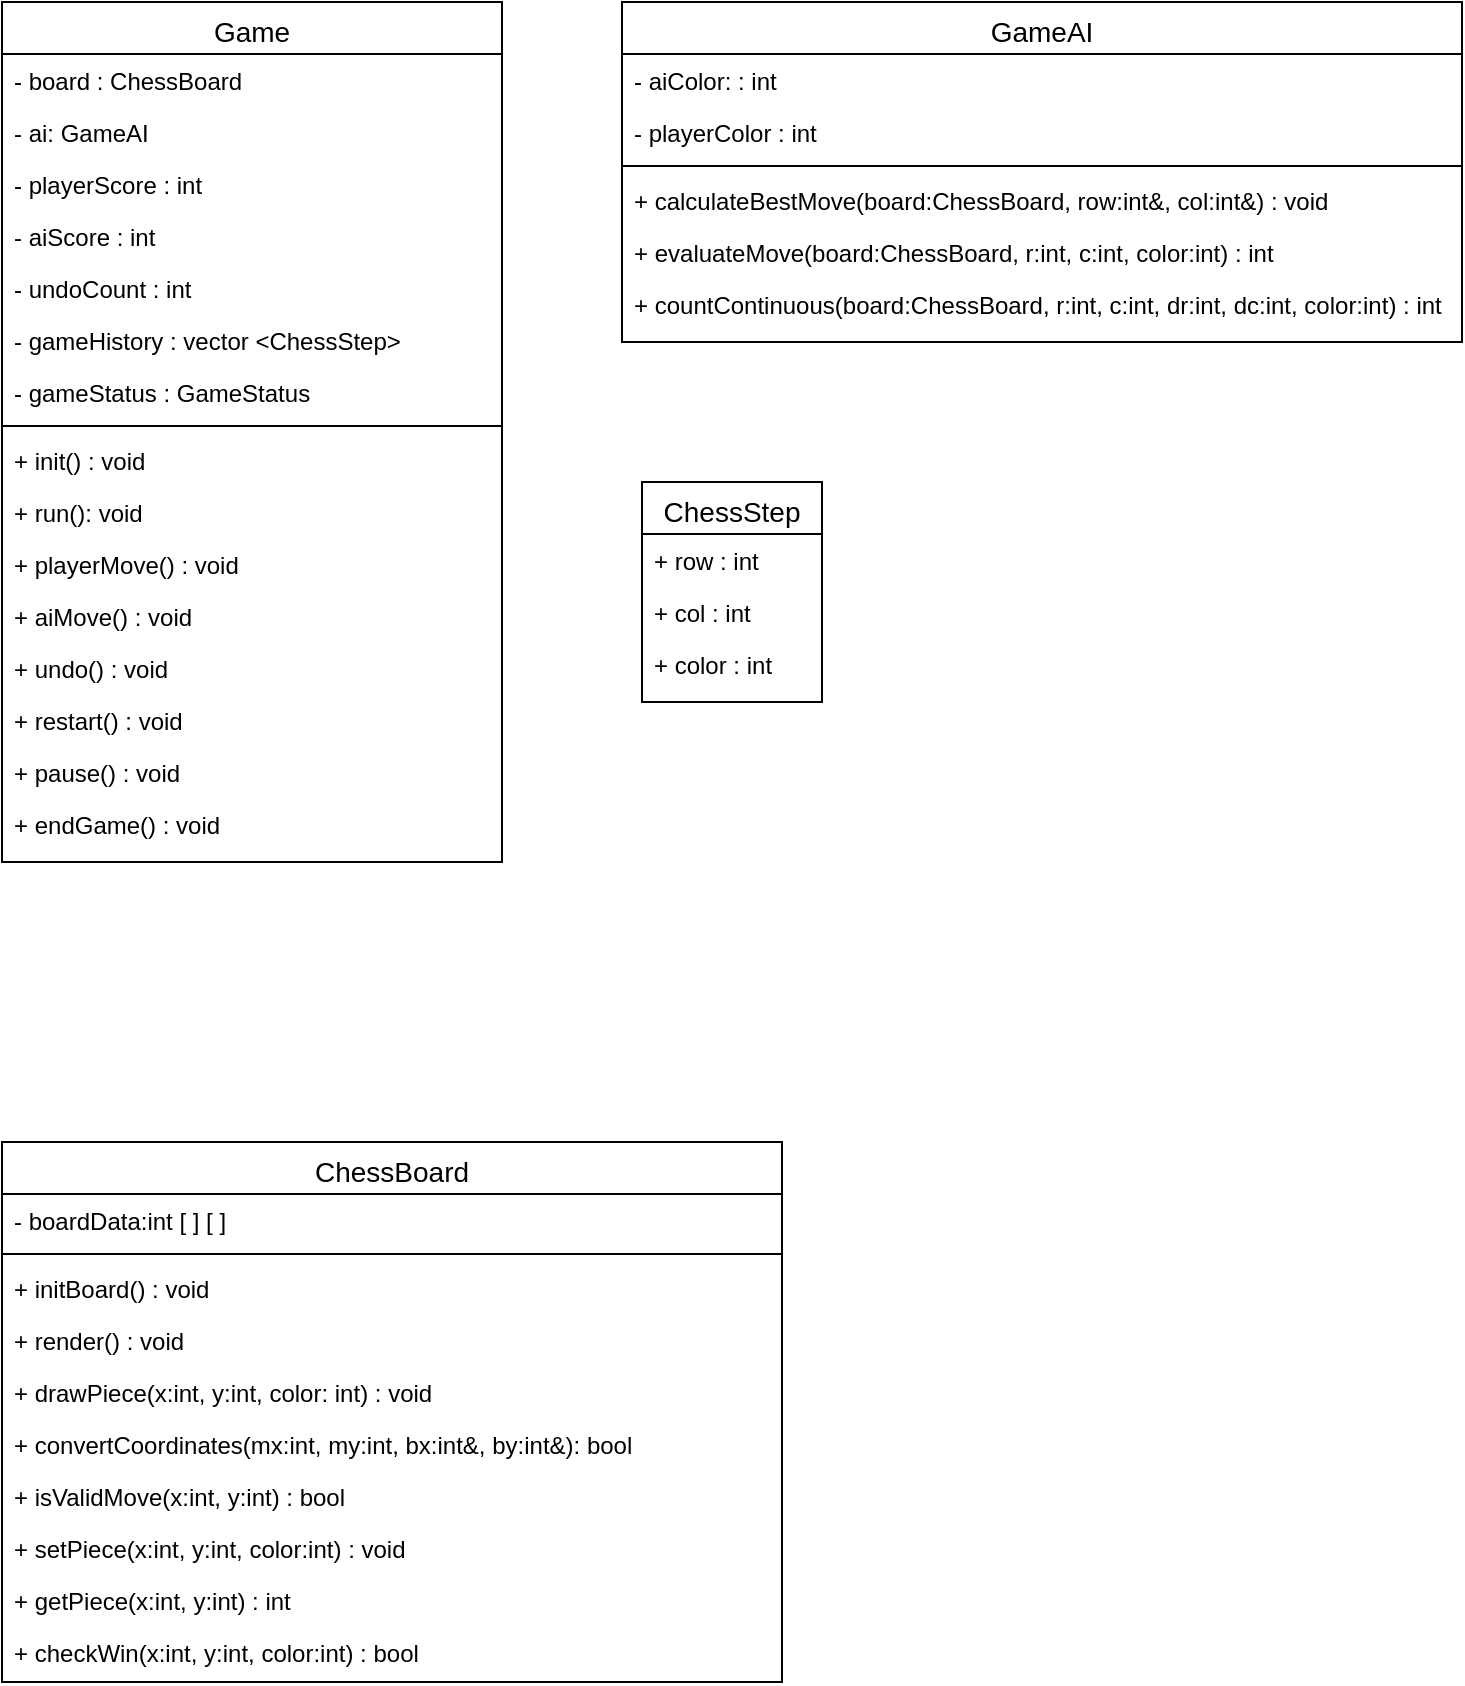
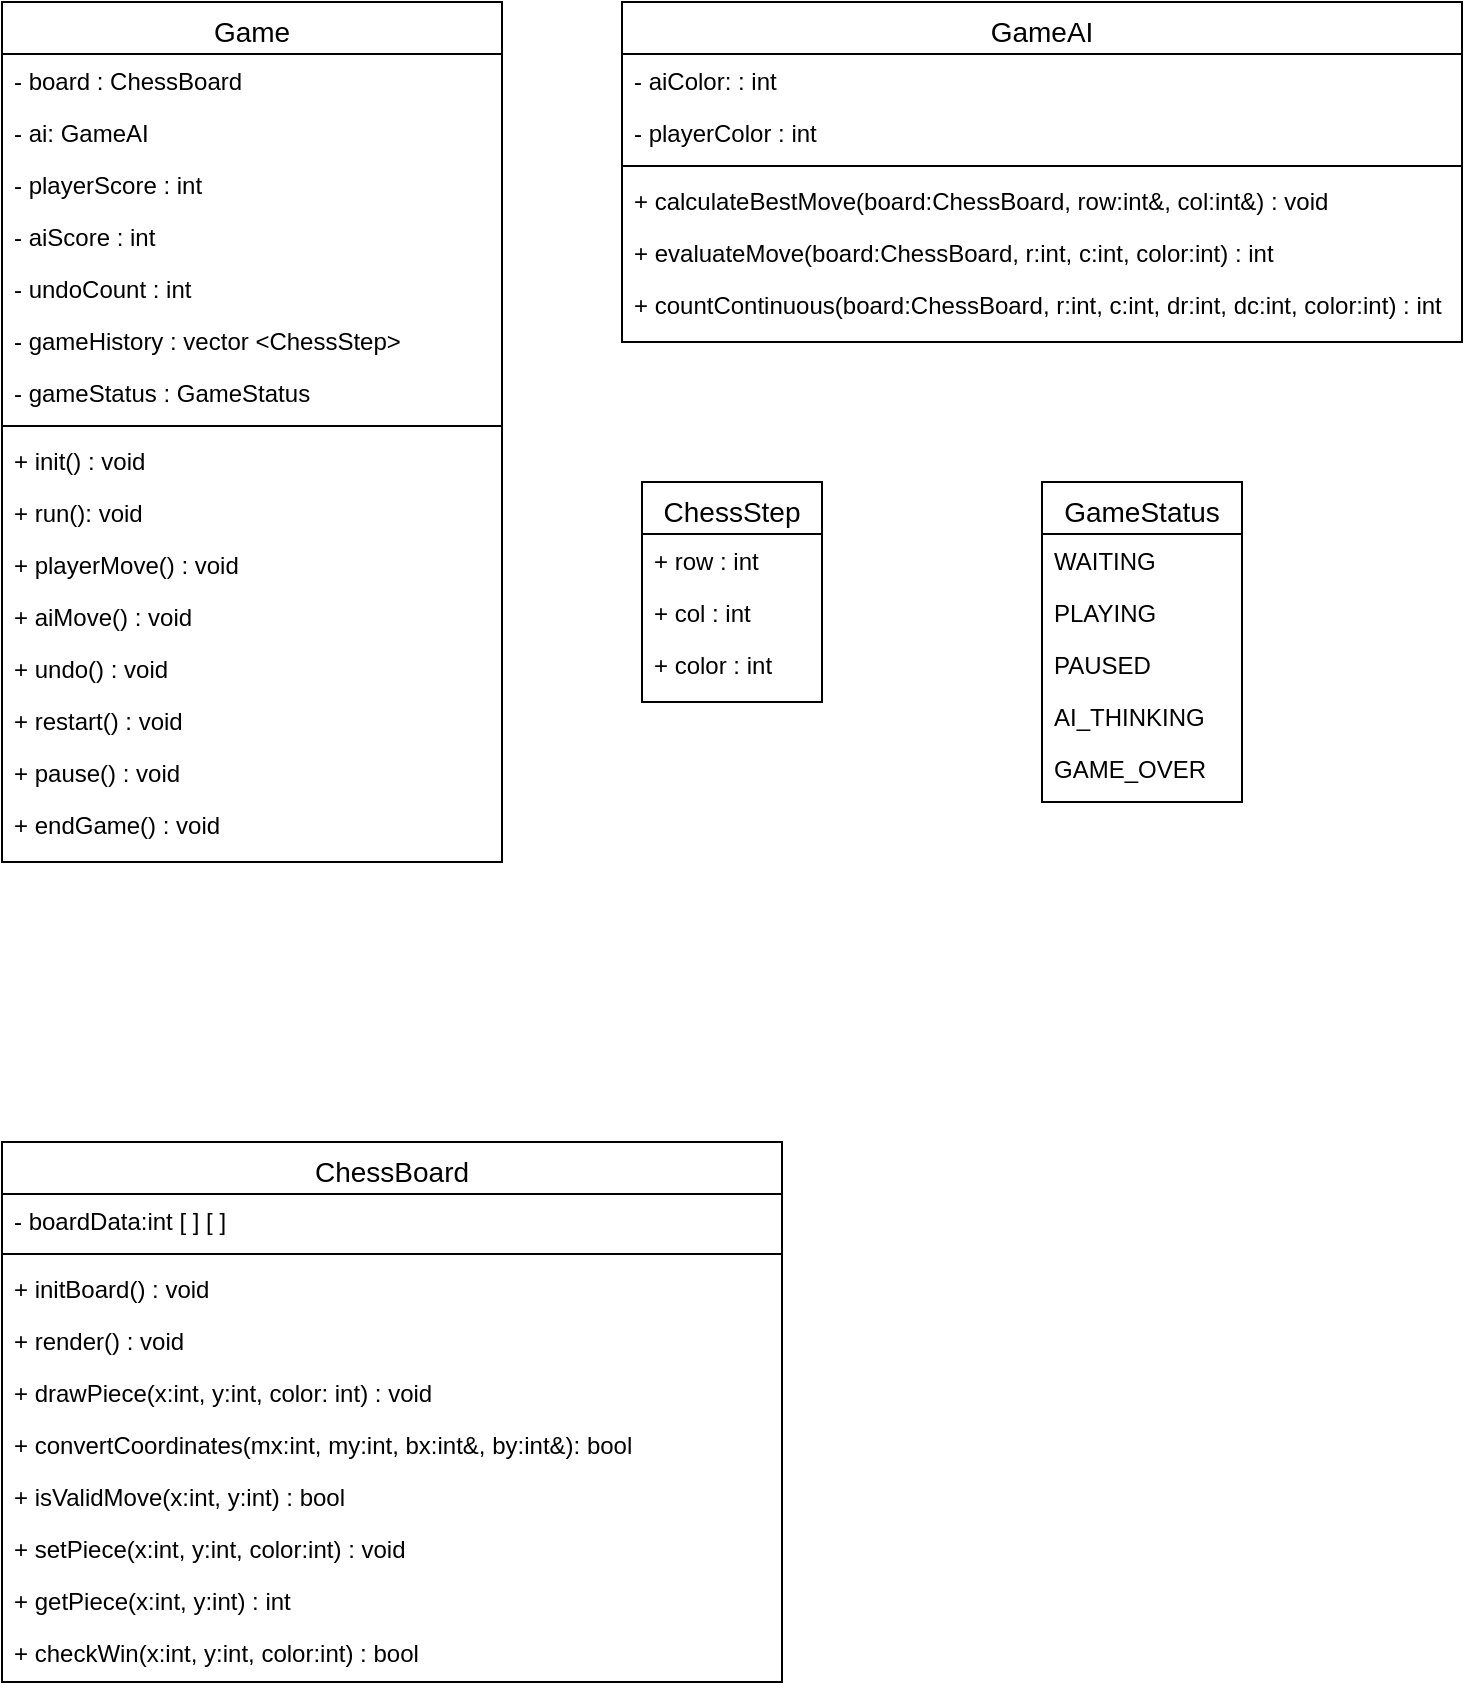
<mxfile host="app.diagrams.net">
  <diagram id="C5RBs43oDa-KdzZeNtuy" name="Page-1">
-     <mxGraphModel dx="816" dy="851" grid="1" gridSize="10" guides="1" tooltips="1" connect="1" arrows="1" fold="1" page="1" pageScale="1" pageWidth="827" pageHeight="1169" math="0" shadow="0">
+     <mxGraphModel dx="1215" dy="859" grid="1" gridSize="10" guides="1" tooltips="1" connect="1" arrows="1" fold="1" page="1" pageScale="1" pageWidth="827" pageHeight="1169" math="0" shadow="0">
      <root>
        <mxCell id="WIyWlLk6GJQsqaUBKTNV-0" />
        <mxCell id="WIyWlLk6GJQsqaUBKTNV-1" parent="WIyWlLk6GJQsqaUBKTNV-0" />
        <mxCell id="zkfFHV4jXpPFQw0GAbJ--6" parent="WIyWlLk6GJQsqaUBKTNV-1" style="swimlane;fontStyle=0;align=center;verticalAlign=top;childLayout=stackLayout;horizontal=1;startSize=26;horizontalStack=0;resizeParent=1;resizeLast=0;collapsible=1;marginBottom=0;rounded=0;shadow=0;strokeWidth=1;fontSize=14;" value="ChessBoard" vertex="1">
          <mxGeometry height="270" width="390" x="30" y="760" as="geometry">
            <mxRectangle height="26" width="160" x="130" y="380" as="alternateBounds" />
          </mxGeometry>
        </mxCell>
        <mxCell id="zkfFHV4jXpPFQw0GAbJ--7" parent="zkfFHV4jXpPFQw0GAbJ--6" style="text;align=left;verticalAlign=top;spacingLeft=4;spacingRight=4;overflow=hidden;rotatable=0;points=[[0,0.5],[1,0.5]];portConstraint=eastwest;" value="- boardData:int [ ] [ ]" vertex="1">
          <mxGeometry height="26" width="390" y="26" as="geometry" />
        </mxCell>
        <mxCell id="zkfFHV4jXpPFQw0GAbJ--9" parent="zkfFHV4jXpPFQw0GAbJ--6" style="line;html=1;strokeWidth=1;align=left;verticalAlign=middle;spacingTop=-1;spacingLeft=3;spacingRight=3;rotatable=0;labelPosition=right;points=[];portConstraint=eastwest;" value="" vertex="1">
          <mxGeometry height="8" width="390" y="52" as="geometry" />
        </mxCell>
        <mxCell id="zkfFHV4jXpPFQw0GAbJ--11" parent="zkfFHV4jXpPFQw0GAbJ--6" style="text;align=left;verticalAlign=top;spacingLeft=4;spacingRight=4;overflow=hidden;rotatable=0;points=[[0,0.5],[1,0.5]];portConstraint=eastwest;" value="+ initBoard() : void" vertex="1">
          <mxGeometry height="26" width="390" y="60" as="geometry" />
        </mxCell>
        <mxCell id="HBTNYWOR6v0eBRnPvMGi-2" parent="zkfFHV4jXpPFQw0GAbJ--6" style="text;align=left;verticalAlign=top;spacingLeft=4;spacingRight=4;overflow=hidden;rotatable=0;points=[[0,0.5],[1,0.5]];portConstraint=eastwest;" value="+ render() : void" vertex="1">
          <mxGeometry height="26" width="390" y="86" as="geometry" />
        </mxCell>
        <mxCell id="HBTNYWOR6v0eBRnPvMGi-3" parent="zkfFHV4jXpPFQw0GAbJ--6" style="text;align=left;verticalAlign=top;spacingLeft=4;spacingRight=4;overflow=hidden;rotatable=0;points=[[0,0.5],[1,0.5]];portConstraint=eastwest;" value="+ drawPiece(x:int, y:int, color: int) : void" vertex="1">
          <mxGeometry height="26" width="390" y="112" as="geometry" />
        </mxCell>
        <mxCell id="HBTNYWOR6v0eBRnPvMGi-4" parent="zkfFHV4jXpPFQw0GAbJ--6" style="text;align=left;verticalAlign=top;spacingLeft=4;spacingRight=4;overflow=hidden;rotatable=0;points=[[0,0.5],[1,0.5]];portConstraint=eastwest;" value="+ convertCoordinates(mx:int, my:int, bx:int&amp;, by:int&amp;): bool" vertex="1">
          <mxGeometry height="26" width="390" y="138" as="geometry" />
        </mxCell>
        <mxCell id="HBTNYWOR6v0eBRnPvMGi-5" parent="zkfFHV4jXpPFQw0GAbJ--6" style="text;align=left;verticalAlign=top;spacingLeft=4;spacingRight=4;overflow=hidden;rotatable=0;points=[[0,0.5],[1,0.5]];portConstraint=eastwest;" value="+ isValidMove(x:int, y:int) : bool" vertex="1">
          <mxGeometry height="26" width="390" y="164" as="geometry" />
        </mxCell>
        <mxCell id="HBTNYWOR6v0eBRnPvMGi-6" parent="zkfFHV4jXpPFQw0GAbJ--6" style="text;align=left;verticalAlign=top;spacingLeft=4;spacingRight=4;overflow=hidden;rotatable=0;points=[[0,0.5],[1,0.5]];portConstraint=eastwest;" value="+ setPiece(x:int, y:int, color:int) : void" vertex="1">
          <mxGeometry height="26" width="390" y="190" as="geometry" />
        </mxCell>
        <mxCell id="HBTNYWOR6v0eBRnPvMGi-7" parent="zkfFHV4jXpPFQw0GAbJ--6" style="text;align=left;verticalAlign=top;spacingLeft=4;spacingRight=4;overflow=hidden;rotatable=0;points=[[0,0.5],[1,0.5]];portConstraint=eastwest;" value="+ getPiece(x:int, y:int) : int" vertex="1">
          <mxGeometry height="26" width="390" y="216" as="geometry" />
        </mxCell>
        <mxCell id="HBTNYWOR6v0eBRnPvMGi-8" parent="zkfFHV4jXpPFQw0GAbJ--6" style="text;align=left;verticalAlign=top;spacingLeft=4;spacingRight=4;overflow=hidden;rotatable=0;points=[[0,0.5],[1,0.5]];portConstraint=eastwest;" value="+ checkWin(x:int, y:int, color:int) : bool" vertex="1">
          <mxGeometry height="26" width="390" y="242" as="geometry" />
        </mxCell>
        <mxCell id="HBTNYWOR6v0eBRnPvMGi-10" parent="WIyWlLk6GJQsqaUBKTNV-1" style="swimlane;fontStyle=0;align=center;verticalAlign=top;childLayout=stackLayout;horizontal=1;startSize=26;horizontalStack=0;resizeParent=1;resizeLast=0;collapsible=1;marginBottom=0;rounded=0;shadow=0;strokeWidth=1;fontSize=14;" value="Game" vertex="1">
          <mxGeometry height="430" width="250" x="30" y="190" as="geometry">
            <mxRectangle height="26" width="160" x="130" y="380" as="alternateBounds" />
          </mxGeometry>
        </mxCell>
        <mxCell id="HBTNYWOR6v0eBRnPvMGi-21" parent="HBTNYWOR6v0eBRnPvMGi-10" style="text;align=left;verticalAlign=top;spacingLeft=4;spacingRight=4;overflow=hidden;rotatable=0;points=[[0,0.5],[1,0.5]];portConstraint=eastwest;" value="- board : ChessBoard" vertex="1">
          <mxGeometry height="26" width="250" y="26" as="geometry" />
        </mxCell>
        <mxCell id="HBTNYWOR6v0eBRnPvMGi-22" parent="HBTNYWOR6v0eBRnPvMGi-10" style="text;align=left;verticalAlign=top;spacingLeft=4;spacingRight=4;overflow=hidden;rotatable=0;points=[[0,0.5],[1,0.5]];portConstraint=eastwest;" value="- ai: GameAI" vertex="1">
          <mxGeometry height="26" width="250" y="52" as="geometry" />
        </mxCell>
        <mxCell id="HBTNYWOR6v0eBRnPvMGi-23" parent="HBTNYWOR6v0eBRnPvMGi-10" style="text;align=left;verticalAlign=top;spacingLeft=4;spacingRight=4;overflow=hidden;rotatable=0;points=[[0,0.5],[1,0.5]];portConstraint=eastwest;" value="- playerScore : int" vertex="1">
          <mxGeometry height="26" width="250" y="78" as="geometry" />
        </mxCell>
        <mxCell id="HBTNYWOR6v0eBRnPvMGi-24" parent="HBTNYWOR6v0eBRnPvMGi-10" style="text;align=left;verticalAlign=top;spacingLeft=4;spacingRight=4;overflow=hidden;rotatable=0;points=[[0,0.5],[1,0.5]];portConstraint=eastwest;" value="- aiScore : int" vertex="1">
          <mxGeometry height="26" width="250" y="104" as="geometry" />
        </mxCell>
        <mxCell id="HBTNYWOR6v0eBRnPvMGi-25" parent="HBTNYWOR6v0eBRnPvMGi-10" style="text;align=left;verticalAlign=top;spacingLeft=4;spacingRight=4;overflow=hidden;rotatable=0;points=[[0,0.5],[1,0.5]];portConstraint=eastwest;" value="- undoCount : int" vertex="1">
          <mxGeometry height="26" width="250" y="130" as="geometry" />
        </mxCell>
        <mxCell id="HBTNYWOR6v0eBRnPvMGi-26" parent="HBTNYWOR6v0eBRnPvMGi-10" style="text;align=left;verticalAlign=top;spacingLeft=4;spacingRight=4;overflow=hidden;rotatable=0;points=[[0,0.5],[1,0.5]];portConstraint=eastwest;" value="- gameHistory : vector &lt;ChessStep&gt;" vertex="1">
          <mxGeometry height="26" width="250" y="156" as="geometry" />
        </mxCell>
        <mxCell id="HBTNYWOR6v0eBRnPvMGi-27" parent="HBTNYWOR6v0eBRnPvMGi-10" style="text;align=left;verticalAlign=top;spacingLeft=4;spacingRight=4;overflow=hidden;rotatable=0;points=[[0,0.5],[1,0.5]];portConstraint=eastwest;" value="- gameStatus : GameStatus " vertex="1">
          <mxGeometry height="26" width="250" y="182" as="geometry" />
        </mxCell>
        <mxCell id="HBTNYWOR6v0eBRnPvMGi-28" parent="HBTNYWOR6v0eBRnPvMGi-10" style="line;strokeWidth=1;fillColor=none;align=left;verticalAlign=middle;spacingTop=-1;spacingLeft=3;spacingRight=3;rotatable=0;labelPosition=right;points=[];portConstraint=eastwest;strokeColor=inherit;" value="" vertex="1">
          <mxGeometry height="8" width="250" y="208" as="geometry" />
        </mxCell>
        <mxCell id="HBTNYWOR6v0eBRnPvMGi-29" parent="HBTNYWOR6v0eBRnPvMGi-10" style="text;align=left;verticalAlign=top;spacingLeft=4;spacingRight=4;overflow=hidden;rotatable=0;points=[[0,0.5],[1,0.5]];portConstraint=eastwest;" value="+ init() : void" vertex="1">
          <mxGeometry height="26" width="250" y="216" as="geometry" />
        </mxCell>
        <mxCell id="HBTNYWOR6v0eBRnPvMGi-30" parent="HBTNYWOR6v0eBRnPvMGi-10" style="text;align=left;verticalAlign=top;spacingLeft=4;spacingRight=4;overflow=hidden;rotatable=0;points=[[0,0.5],[1,0.5]];portConstraint=eastwest;" value="+ run(): void" vertex="1">
          <mxGeometry height="26" width="250" y="242" as="geometry" />
        </mxCell>
        <mxCell id="HBTNYWOR6v0eBRnPvMGi-31" parent="HBTNYWOR6v0eBRnPvMGi-10" style="text;align=left;verticalAlign=top;spacingLeft=4;spacingRight=4;overflow=hidden;rotatable=0;points=[[0,0.5],[1,0.5]];portConstraint=eastwest;" value="+ playerMove() : void" vertex="1">
          <mxGeometry height="26" width="250" y="268" as="geometry" />
        </mxCell>
        <mxCell id="HBTNYWOR6v0eBRnPvMGi-32" parent="HBTNYWOR6v0eBRnPvMGi-10" style="text;align=left;verticalAlign=top;spacingLeft=4;spacingRight=4;overflow=hidden;rotatable=0;points=[[0,0.5],[1,0.5]];portConstraint=eastwest;" value="+ aiMove() : void" vertex="1">
          <mxGeometry height="26" width="250" y="294" as="geometry" />
        </mxCell>
        <mxCell id="HBTNYWOR6v0eBRnPvMGi-33" parent="HBTNYWOR6v0eBRnPvMGi-10" style="text;align=left;verticalAlign=top;spacingLeft=4;spacingRight=4;overflow=hidden;rotatable=0;points=[[0,0.5],[1,0.5]];portConstraint=eastwest;" value="+ undo() : void" vertex="1">
          <mxGeometry height="26" width="250" y="320" as="geometry" />
        </mxCell>
        <mxCell id="HBTNYWOR6v0eBRnPvMGi-34" parent="HBTNYWOR6v0eBRnPvMGi-10" style="text;align=left;verticalAlign=top;spacingLeft=4;spacingRight=4;overflow=hidden;rotatable=0;points=[[0,0.5],[1,0.5]];portConstraint=eastwest;" value="+ restart() : void" vertex="1">
          <mxGeometry height="26" width="250" y="346" as="geometry" />
        </mxCell>
        <mxCell id="HBTNYWOR6v0eBRnPvMGi-35" parent="HBTNYWOR6v0eBRnPvMGi-10" style="text;align=left;verticalAlign=top;spacingLeft=4;spacingRight=4;overflow=hidden;rotatable=0;points=[[0,0.5],[1,0.5]];portConstraint=eastwest;" value="+ pause() : void" vertex="1">
          <mxGeometry height="26" width="250" y="372" as="geometry" />
        </mxCell>
        <mxCell id="HBTNYWOR6v0eBRnPvMGi-36" parent="HBTNYWOR6v0eBRnPvMGi-10" style="text;align=left;verticalAlign=top;spacingLeft=4;spacingRight=4;overflow=hidden;rotatable=0;points=[[0,0.5],[1,0.5]];portConstraint=eastwest;" value="+ endGame() : void" vertex="1">
          <mxGeometry height="26" width="250" y="398" as="geometry" />
        </mxCell>
        <mxCell id="HBTNYWOR6v0eBRnPvMGi-37" parent="WIyWlLk6GJQsqaUBKTNV-1" style="swimlane;fontStyle=0;align=center;verticalAlign=top;childLayout=stackLayout;horizontal=1;startSize=26;horizontalStack=0;resizeParent=1;resizeLast=0;collapsible=1;marginBottom=0;rounded=0;shadow=0;strokeWidth=1;fontSize=14;" value="GameAI" vertex="1">
          <mxGeometry height="170" width="420" x="340" y="190" as="geometry">
            <mxRectangle height="26" width="160" x="130" y="380" as="alternateBounds" />
          </mxGeometry>
        </mxCell>
        <mxCell id="HBTNYWOR6v0eBRnPvMGi-38" parent="HBTNYWOR6v0eBRnPvMGi-37" style="text;align=left;verticalAlign=top;spacingLeft=4;spacingRight=4;overflow=hidden;rotatable=0;points=[[0,0.5],[1,0.5]];portConstraint=eastwest;" value="- aiColor: : int" vertex="1">
          <mxGeometry height="26" width="420" y="26" as="geometry" />
        </mxCell>
        <mxCell id="HBTNYWOR6v0eBRnPvMGi-39" parent="HBTNYWOR6v0eBRnPvMGi-37" style="text;align=left;verticalAlign=top;spacingLeft=4;spacingRight=4;overflow=hidden;rotatable=0;points=[[0,0.5],[1,0.5]];portConstraint=eastwest;" value="- playerColor : int" vertex="1">
          <mxGeometry height="26" width="420" y="52" as="geometry" />
        </mxCell>
        <mxCell id="HBTNYWOR6v0eBRnPvMGi-45" parent="HBTNYWOR6v0eBRnPvMGi-37" style="line;strokeWidth=1;fillColor=none;align=left;verticalAlign=middle;spacingTop=-1;spacingLeft=3;spacingRight=3;rotatable=0;labelPosition=right;points=[];portConstraint=eastwest;strokeColor=inherit;" value="" vertex="1">
          <mxGeometry height="8" width="420" y="78" as="geometry" />
        </mxCell>
        <mxCell id="HBTNYWOR6v0eBRnPvMGi-47" parent="HBTNYWOR6v0eBRnPvMGi-37" style="text;align=left;verticalAlign=top;spacingLeft=4;spacingRight=4;overflow=hidden;rotatable=0;points=[[0,0.5],[1,0.5]];portConstraint=eastwest;" value="+ calculateBestMove(board:ChessBoard, row:int&amp;, col:int&amp;) : void" vertex="1">
          <mxGeometry height="26" width="420" y="86" as="geometry" />
        </mxCell>
        <mxCell id="HBTNYWOR6v0eBRnPvMGi-48" parent="HBTNYWOR6v0eBRnPvMGi-37" style="text;align=left;verticalAlign=top;spacingLeft=4;spacingRight=4;overflow=hidden;rotatable=0;points=[[0,0.5],[1,0.5]];portConstraint=eastwest;" value="+ evaluateMove(board:ChessBoard, r:int, c:int, color:int) : int" vertex="1">
          <mxGeometry height="26" width="420" y="112" as="geometry" />
        </mxCell>
        <mxCell id="HBTNYWOR6v0eBRnPvMGi-54" parent="HBTNYWOR6v0eBRnPvMGi-37" style="text;align=left;verticalAlign=top;spacingLeft=4;spacingRight=4;overflow=hidden;rotatable=0;points=[[0,0.5],[1,0.5]];portConstraint=eastwest;" value="+ countContinuous(board:ChessBoard, r:int, c:int, dr:int, dc:int, color:int) : int" vertex="1">
          <mxGeometry height="26" width="420" y="138" as="geometry" />
        </mxCell>
        <mxCell id="HBTNYWOR6v0eBRnPvMGi-55" parent="WIyWlLk6GJQsqaUBKTNV-1" style="swimlane;fontStyle=0;align=center;verticalAlign=top;childLayout=stackLayout;horizontal=1;startSize=26;horizontalStack=0;resizeParent=1;resizeLast=0;collapsible=1;marginBottom=0;rounded=0;shadow=0;strokeWidth=1;fontSize=14;" value="ChessStep" vertex="1">
          <mxGeometry height="110" width="90" x="350" y="430" as="geometry">
            <mxRectangle height="26" width="160" x="130" y="380" as="alternateBounds" />
          </mxGeometry>
        </mxCell>
        <mxCell id="HBTNYWOR6v0eBRnPvMGi-56" parent="HBTNYWOR6v0eBRnPvMGi-55" style="text;align=left;verticalAlign=top;spacingLeft=4;spacingRight=4;overflow=hidden;rotatable=0;points=[[0,0.5],[1,0.5]];portConstraint=eastwest;" value="+ row : int" vertex="1">
          <mxGeometry height="26" width="90" y="26" as="geometry" />
        </mxCell>
        <mxCell id="HBTNYWOR6v0eBRnPvMGi-57" parent="HBTNYWOR6v0eBRnPvMGi-55" style="text;align=left;verticalAlign=top;spacingLeft=4;spacingRight=4;overflow=hidden;rotatable=0;points=[[0,0.5],[1,0.5]];portConstraint=eastwest;" value="+ col : int" vertex="1">
          <mxGeometry height="26" width="90" y="52" as="geometry" />
        </mxCell>
        <mxCell id="HBTNYWOR6v0eBRnPvMGi-62" parent="HBTNYWOR6v0eBRnPvMGi-55" style="text;align=left;verticalAlign=top;spacingLeft=4;spacingRight=4;overflow=hidden;rotatable=0;points=[[0,0.5],[1,0.5]];portConstraint=eastwest;" value="+ color : int" vertex="1">
          <mxGeometry height="26" width="90" y="78" as="geometry" />
        </mxCell>
+         <mxCell id="HBTNYWOR6v0eBRnPvMGi-63" parent="WIyWlLk6GJQsqaUBKTNV-1" style="swimlane;fontStyle=0;align=center;verticalAlign=top;childLayout=stackLayout;horizontal=1;startSize=26;horizontalStack=0;resizeParent=1;resizeLast=0;collapsible=1;marginBottom=0;rounded=0;shadow=0;strokeWidth=1;fontSize=14;" value="GameStatus" vertex="1">
+           <mxGeometry height="160" width="100" x="550" y="430" as="geometry">
+             <mxRectangle height="26" width="160" x="130" y="380" as="alternateBounds" />
+           </mxGeometry>
+         </mxCell>
+         <mxCell id="HBTNYWOR6v0eBRnPvMGi-64" parent="HBTNYWOR6v0eBRnPvMGi-63" style="text;align=left;verticalAlign=top;spacingLeft=4;spacingRight=4;overflow=hidden;rotatable=0;points=[[0,0.5],[1,0.5]];portConstraint=eastwest;" value="WAITING" vertex="1">
+           <mxGeometry height="26" width="100" y="26" as="geometry" />
+         </mxCell>
+         <mxCell id="HBTNYWOR6v0eBRnPvMGi-65" parent="HBTNYWOR6v0eBRnPvMGi-63" style="text;align=left;verticalAlign=top;spacingLeft=4;spacingRight=4;overflow=hidden;rotatable=0;points=[[0,0.5],[1,0.5]];portConstraint=eastwest;" value="PLAYING" vertex="1">
+           <mxGeometry height="26" width="100" y="52" as="geometry" />
+         </mxCell>
+         <mxCell id="HBTNYWOR6v0eBRnPvMGi-66" parent="HBTNYWOR6v0eBRnPvMGi-63" style="text;align=left;verticalAlign=top;spacingLeft=4;spacingRight=4;overflow=hidden;rotatable=0;points=[[0,0.5],[1,0.5]];portConstraint=eastwest;" value="PAUSED" vertex="1">
+           <mxGeometry height="26" width="100" y="78" as="geometry" />
+         </mxCell>
+         <mxCell id="HBTNYWOR6v0eBRnPvMGi-67" parent="HBTNYWOR6v0eBRnPvMGi-63" style="text;align=left;verticalAlign=top;spacingLeft=4;spacingRight=4;overflow=hidden;rotatable=0;points=[[0,0.5],[1,0.5]];portConstraint=eastwest;" value="AI_THINKING" vertex="1">
+           <mxGeometry height="26" width="100" y="104" as="geometry" />
+         </mxCell>
+         <mxCell id="HBTNYWOR6v0eBRnPvMGi-68" parent="HBTNYWOR6v0eBRnPvMGi-63" style="text;align=left;verticalAlign=top;spacingLeft=4;spacingRight=4;overflow=hidden;rotatable=0;points=[[0,0.5],[1,0.5]];portConstraint=eastwest;" value="GAME_OVER" vertex="1">
+           <mxGeometry height="26" width="100" y="130" as="geometry" />
+         </mxCell>
      </root>
    </mxGraphModel>
  </diagram>
</mxfile>
